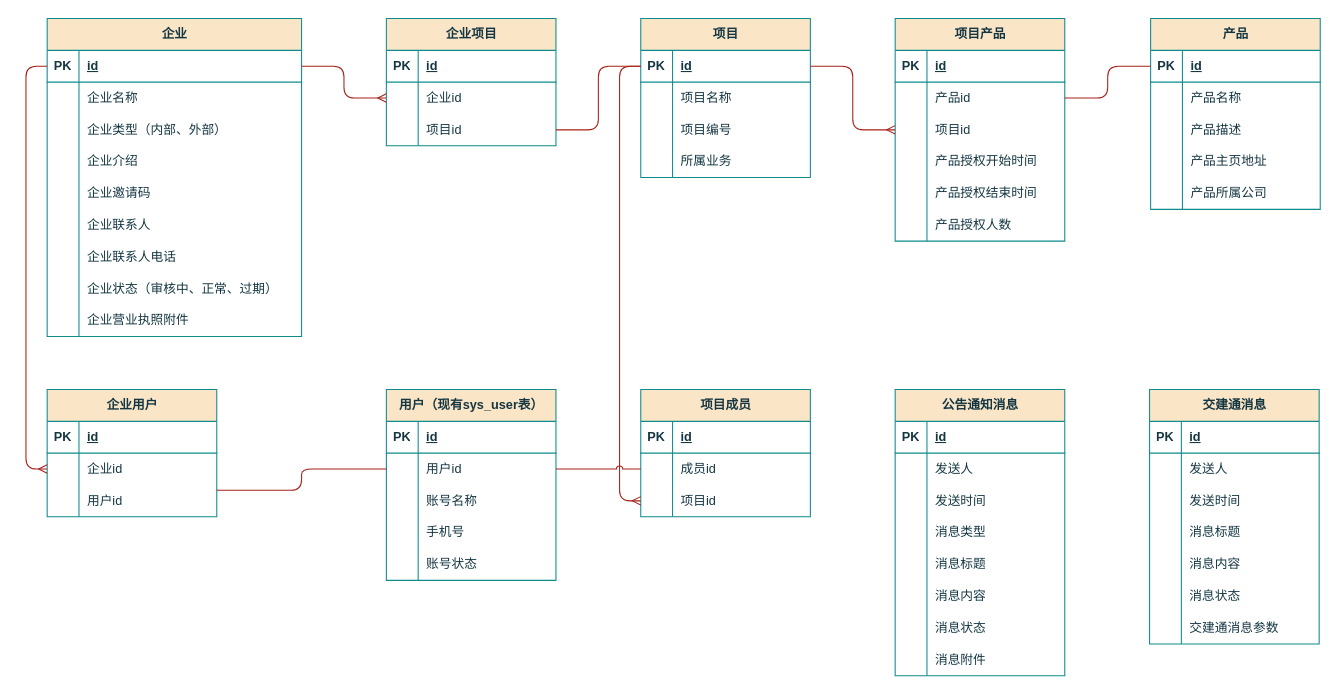
Above: page "E-R图" (1 of 3) of others/产品中心.drawio in Qunz/drawio (draw.io), before the change. Source tidied: cells renumbered, new cells numbered last; positions are measured from the earlier drawing's top-left corner, leaving out a move shared by most shapes. Both pictures are drawn from the tidied source at 106%, with x=0, y=0 at pixel (47, 18).
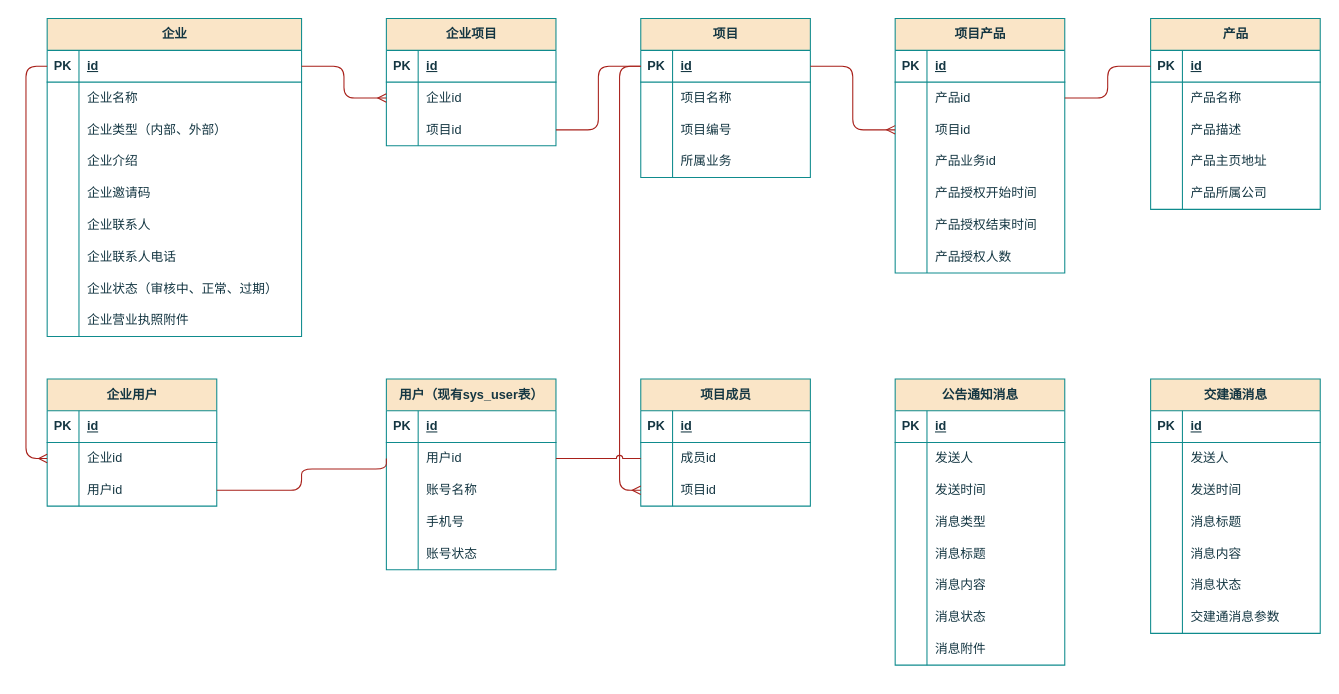
The same diagram, later.

Commit message (it also covers changes not shown here):
更新产品中心.drawio

What changed in the source:
```diff
@@
     <mxCell id="43" value="项目成员" style="shape=table;startSize=30;childLayout=tableLayout;rowLines=0;fontStyle=1;align=center;html=1;labelBackgroundColor=none;fillColor=#FAE5C7;strokeColor=#0F8B8D;fontColor=#143642;" parent="1" vertex="1">
-      <mxGeometry x="560" y="350" width="160" height="120" as="geometry" />
+      <mxGeometry x="560" y="340" width="160" height="120" as="geometry" />
     </mxCell>
@@
     <mxCell id="53" value="项目产品" style="shape=table;startSize=30;childLayout=tableLayout;rowLines=0;fontStyle=1;align=center;html=1;labelBackgroundColor=none;fillColor=#FAE5C7;strokeColor=#0F8B8D;fontColor=#143642;" parent="1" vertex="1">
-      <mxGeometry x="800" width="160" height="210" as="geometry" />
+      <mxGeometry x="800" width="160" height="240" as="geometry" />
     </mxCell>
@@
+    <mxCell id="179" style="shape=tableRow;horizontal=0;startSize=0;swimlaneHead=0;swimlaneBody=0;fillColor=none;top=0;left=0;right=0;bottom=0;labelBackgroundColor=none;strokeColor=#0F8B8D;fontColor=#143642;" parent="53" vertex="1">
+      <mxGeometry y="120" width="160" height="30" as="geometry" />
+    </mxCell>
+    <mxCell id="180" style="shape=partialRectangle;fillColor=none;top=0;left=0;bottom=0;right=0;overflow=hidden;whiteSpace=wrap;html=1;labelBackgroundColor=none;strokeColor=#0F8B8D;fontColor=#143642;" parent="179" vertex="1">
+      <mxGeometry width="30" height="30" as="geometry" />
+    </mxCell>
+    <mxCell id="181" value="产品业务id" style="shape=partialRectangle;fillColor=none;top=0;left=0;bottom=0;right=0;align=left;spacingLeft=6;overflow=hidden;whiteSpace=wrap;html=1;labelBackgroundColor=none;strokeColor=#0F8B8D;fontColor=#143642;" parent="179" vertex="1">
+      <mxGeometry x="30" width="130" height="30" as="geometry" />
+    </mxCell>
     <mxCell id="63" style="shape=tableRow;horizontal=0;startSize=0;swimlaneHead=0;swimlaneBody=0;fillColor=none;top=0;left=0;right=0;bottom=0;labelBackgroundColor=none;strokeColor=#0F8B8D;fontColor=#143642;" parent="53" vertex="1">
-      <mxGeometry y="120" width="160" height="30" as="geometry" />
+      <mxGeometry y="150" width="160" height="30" as="geometry" />
     </mxCell>
@@
     <mxCell id="66" style="shape=tableRow;horizontal=0;startSize=0;swimlaneHead=0;swimlaneBody=0;fillColor=none;top=0;left=0;right=0;bottom=0;labelBackgroundColor=none;strokeColor=#0F8B8D;fontColor=#143642;" parent="53" vertex="1">
-      <mxGeometry y="150" width="160" height="30" as="geometry" />
+      <mxGeometry y="180" width="160" height="30" as="geometry" />
     </mxCell>
@@
     <mxCell id="69" style="shape=tableRow;horizontal=0;startSize=0;swimlaneHead=0;swimlaneBody=0;fillColor=none;top=0;left=0;right=0;bottom=0;labelBackgroundColor=none;strokeColor=#0F8B8D;fontColor=#143642;" parent="53" vertex="1">
-      <mxGeometry y="180" width="160" height="30" as="geometry" />
+      <mxGeometry y="210" width="160" height="30" as="geometry" />
     </mxCell>
@@
     <mxCell id="72" value="公告通知消息" style="shape=table;startSize=30;childLayout=tableLayout;rowLines=0;fontStyle=1;align=center;html=1;labelBackgroundColor=none;fillColor=#FAE5C7;strokeColor=#0F8B8D;fontColor=#143642;" parent="1" vertex="1">
-      <mxGeometry x="800" y="350" width="160" height="270" as="geometry" />
+      <mxGeometry x="800" y="340" width="160" height="270" as="geometry" />
     </mxCell>
@@
     <mxCell id="99" value="企业用户" style="shape=table;startSize=30;childLayout=tableLayout;rowLines=0;fontStyle=1;align=center;html=1;labelBackgroundColor=none;fillColor=#FAE5C7;strokeColor=#0F8B8D;fontColor=#143642;" parent="1" vertex="1">
-      <mxGeometry y="350" width="160" height="120" as="geometry" />
+      <mxGeometry y="340" width="160" height="120" as="geometry" />
     </mxCell>
@@
     <mxCell id="139" value="交建通消息" style="shape=table;startSize=30;childLayout=tableLayout;rowLines=0;fontStyle=1;align=center;html=1;labelBackgroundColor=none;fillColor=#FAE5C7;strokeColor=#0F8B8D;fontColor=#143642;" parent="1" vertex="1">
-      <mxGeometry x="1040" y="350" width="160" height="240" as="geometry" />
+      <mxGeometry x="1041" y="340" width="160" height="240" as="geometry" />
     </mxCell>
@@
     <mxCell id="161" value="用户（现有sys_user表）" style="shape=table;startSize=30;childLayout=tableLayout;rowLines=0;fontStyle=1;align=center;html=1;labelBackgroundColor=none;fillColor=#FAE5C7;strokeColor=#0F8B8D;fontColor=#143642;" parent="1" vertex="1">
-      <mxGeometry x="320" y="350" width="160" height="180" as="geometry" />
+      <mxGeometry x="320" y="340" width="160" height="180" as="geometry" />
     </mxCell>
```
